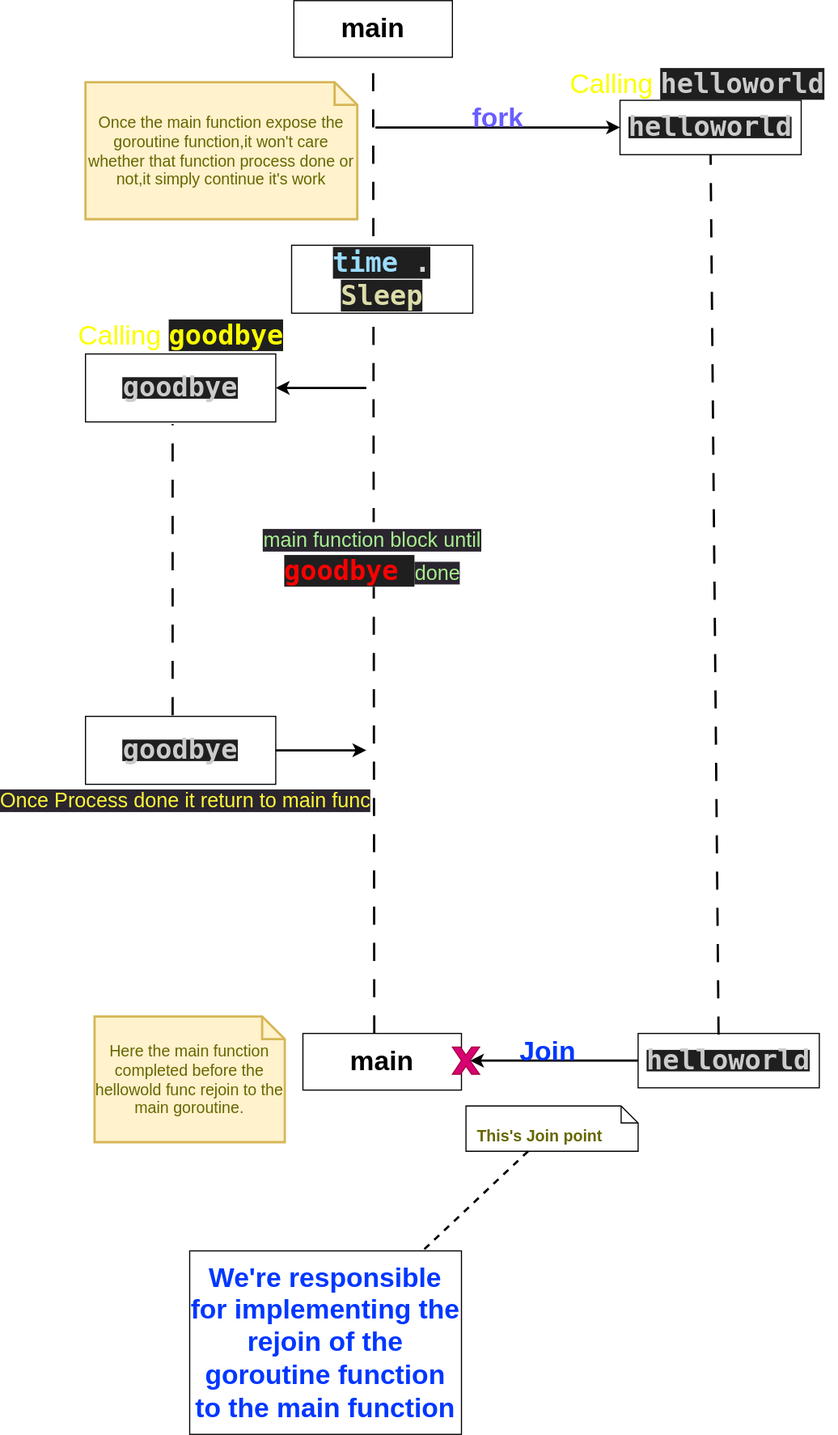
Earlier version of the draw.io export concurrency/diagrams/sleep.drawio.svg (vigneshwaran09/Golang). Source tidied: cells renumbered, new cells last; positions are measured from the earlier drawing's top-left corner, leaving out a move shared by most shapes. Source of this version:
```xml
<mxGraphModel>
  <root>
    <mxCell id="0" />
    <mxCell id="1" parent="0" />
    <mxCell id="2" value="&lt;font style=&quot;font-size: 24px;&quot;&gt;&lt;b&gt;main&lt;/b&gt;&lt;/font&gt;" style="rounded=0;whiteSpace=wrap;html=1;" parent="1" vertex="1">
      <mxGeometry x="200" width="140" height="50" as="geometry" />
    </mxCell>
    <mxCell id="3" value="&lt;font style=&quot;font-size: 24px;&quot;&gt;&lt;b&gt;main&lt;/b&gt;&lt;/font&gt;" style="rounded=0;whiteSpace=wrap;html=1;" parent="1" vertex="1">
      <mxGeometry x="208" y="912" width="140" height="50" as="geometry" />
    </mxCell>
    <mxCell id="4" style="endArrow=none;dashed=1;html=1;fontSize=24;entryX=0.5;entryY=1;entryDx=0;entryDy=0;exitX=0.45;exitY=0;exitDx=0;exitDy=0;exitPerimeter=0;dashPattern=8 8;strokeWidth=2;" parent="1" edge="1" source="3" target="2">
      <mxGeometry relative="1" as="geometry" />
    </mxCell>
    <mxCell id="5" value="&lt;span style=&quot;font-size: 18px; color: rgb(168, 240, 142); background-color: rgb(42, 37, 47);&quot;&gt;main function block until&lt;/span&gt;&lt;br style=&quot;font-size: 18px; color: rgb(168, 240, 142); background-color: rgb(42, 37, 47);&quot;&gt;&lt;b style=&quot;font-family: &amp;quot;Droid Sans Mono&amp;quot;, &amp;quot;monospace&amp;quot;, monospace; background-color: rgb(31, 31, 31);&quot;&gt;&lt;font color=&quot;#ff0000&quot;&gt;goodbye&lt;/font&gt;&lt;/b&gt;&lt;span style=&quot;font-size: 18px; color: rgb(168, 240, 142); background-color: rgb(42, 37, 47);&quot;&gt;&amp;nbsp;done&amp;nbsp;&lt;/span&gt;" style="edgeLabel;html=1;align=center;verticalAlign=middle;fontSize=24;" parent="4" vertex="1">
      <mxGeometry x="-0.25" y="2" relative="1" as="geometry">
        <mxPoint y="-99" as="offset" />
      </mxGeometry>
    </mxCell>
    <mxCell id="6" value="&lt;span style=&quot;color: rgb(255, 248, 59); font-size: 18px; background-color: rgb(42, 37, 47);&quot;&gt;Once Process done it return to main func&lt;/span&gt;" style="edgeLabel;html=1;align=center;verticalAlign=middle;fontSize=24;fontColor=#FF0000;" parent="4" vertex="1">
      <mxGeometry x="-0.42" relative="1" as="geometry">
        <mxPoint x="-167" y="42" as="offset" />
      </mxGeometry>
    </mxCell>
    <mxCell id="7" value="&lt;div style=&quot;color: rgb(204, 204, 204); background-color: rgb(31, 31, 31); font-family: &amp;quot;Droid Sans Mono&amp;quot;, &amp;quot;monospace&amp;quot;, monospace; line-height: 19px;&quot;&gt;&lt;br&gt;&lt;/div&gt;" style="edgeLabel;html=1;align=center;verticalAlign=middle;" parent="4" vertex="1">
      <mxGeometry x="0.58" y="2" relative="1" as="geometry" />
    </mxCell>
    <mxCell id="8" value="&lt;div style=&quot;color: rgb(204, 204, 204); background-color: rgb(31, 31, 31); font-family: &amp;quot;Droid Sans Mono&amp;quot;, &amp;quot;monospace&amp;quot;, monospace; line-height: 19px;&quot;&gt;&lt;font style=&quot;font-size: 24px;&quot;&gt;&lt;b&gt;helloworld&lt;/b&gt;&lt;/font&gt;&lt;/div&gt;" style="rounded=0;whiteSpace=wrap;html=1;fontSize=24;" parent="1" vertex="1">
      <mxGeometry x="488" y="88" width="160" height="48" as="geometry" />
    </mxCell>
    <mxCell id="9" value="&lt;div style=&quot;color: rgb(204, 204, 204); background-color: rgb(31, 31, 31); font-family: &amp;quot;Droid Sans Mono&amp;quot;, &amp;quot;monospace&amp;quot;, monospace; line-height: 19px;&quot;&gt;&lt;font style=&quot;font-size: 24px;&quot;&gt;&lt;b&gt;helloworld&lt;/b&gt;&lt;/font&gt;&lt;/div&gt;" style="rounded=0;whiteSpace=wrap;html=1;fontSize=24;" parent="1" vertex="1">
      <mxGeometry x="504" y="912" width="160" height="48" as="geometry" />
    </mxCell>
    <mxCell id="10" value="&lt;div style=&quot;color: rgb(204, 204, 204); background-color: rgb(31, 31, 31); font-family: &amp;quot;Droid Sans Mono&amp;quot;, &amp;quot;monospace&amp;quot;, monospace; line-height: 19px;&quot;&gt;&lt;font style=&quot;font-size: 24px;&quot;&gt;&lt;b&gt;goodbye&lt;/b&gt;&lt;/font&gt;&lt;/div&gt;" style="rounded=0;whiteSpace=wrap;html=1;fontSize=24;" parent="1" vertex="1">
      <mxGeometry x="16" y="312" width="168" height="60" as="geometry" />
    </mxCell>
    <mxCell id="11" value="&lt;div style=&quot;color: rgb(204, 204, 204); background-color: rgb(31, 31, 31); font-family: &amp;quot;Droid Sans Mono&amp;quot;, &amp;quot;monospace&amp;quot;, monospace; line-height: 19px;&quot;&gt;&lt;font style=&quot;font-size: 24px;&quot;&gt;&lt;b&gt;goodbye&lt;/b&gt;&lt;/font&gt;&lt;/div&gt;" style="rounded=0;whiteSpace=wrap;html=1;fontSize=24;" parent="1" vertex="1">
      <mxGeometry x="16" y="632" width="168" height="60" as="geometry" />
    </mxCell>
    <mxCell id="12" style="endArrow=none;dashed=1;html=1;dashPattern=8 8;strokeWidth=2;fontSize=24;entryX=0.458;entryY=1.033;entryDx=0;entryDy=0;entryPerimeter=0;exitX=0.458;exitY=-0.017;exitDx=0;exitDy=0;exitPerimeter=0;" parent="1" edge="1" source="11" target="10">
      <mxGeometry relative="1" as="geometry" />
    </mxCell>
    <mxCell id="13" style="endArrow=none;dashed=1;html=1;dashPattern=8 8;strokeWidth=2;fontSize=24;entryX=0.5;entryY=1;entryDx=0;entryDy=0;exitX=0.444;exitY=0.021;exitDx=0;exitDy=0;exitPerimeter=0;" parent="1" edge="1" source="9" target="8">
      <mxGeometry relative="1" as="geometry" />
    </mxCell>
    <mxCell id="14" style="endArrow=classic;html=1;strokeWidth=2;fontSize=24;entryX=0;entryY=0.5;entryDx=0;entryDy=0;" parent="1" edge="1" target="8">
      <mxGeometry relative="1" as="geometry">
        <mxPoint x="272" y="112" as="sourcePoint" />
      </mxGeometry>
    </mxCell>
    <mxCell id="15" value="&lt;font color=&quot;#695eff&quot;&gt;&lt;b&gt;fork&lt;/b&gt;&lt;/font&gt;" style="text;html=1;align=center;verticalAlign=middle;strokeColor=none;fillColor=none;fontSize=24;" parent="1" vertex="1">
      <mxGeometry x="348" y="80" width="64" height="48" as="geometry" />
    </mxCell>
    <mxCell id="16" style="endArrow=classic;html=1;strokeWidth=2;fontSize=24;entryX=1;entryY=0.5;entryDx=0;entryDy=0;" parent="1" edge="1" target="10">
      <mxGeometry relative="1" as="geometry">
        <mxPoint x="264" y="342" as="sourcePoint" />
      </mxGeometry>
    </mxCell>
    <mxCell id="17" style="endArrow=classic;html=1;strokeWidth=2;fontSize=24;exitX=1;exitY=0.5;exitDx=0;exitDy=0;" parent="1" edge="1" source="11">
      <mxGeometry relative="1" as="geometry">
        <mxPoint x="264" y="662" as="targetPoint" />
      </mxGeometry>
    </mxCell>
    <mxCell id="18" value="&lt;font color=&quot;#fbff00&quot;&gt;Calling&amp;nbsp;&lt;b style=&quot;font-family: &amp;quot;Droid Sans Mono&amp;quot;, &amp;quot;monospace&amp;quot;, monospace; background-color: rgb(31, 31, 31);&quot;&gt;goodbye&lt;/b&gt;&lt;/font&gt;" style="text;html=1;align=center;verticalAlign=middle;strokeColor=none;fillColor=none;fontSize=24;fontColor=#FF0000;" parent="1" vertex="1">
      <mxGeometry y="272" width="200" height="48" as="geometry" />
    </mxCell>
    <mxCell id="19" value="Calling&amp;nbsp;&lt;b style=&quot;color: rgb(204, 204, 204); font-family: &amp;quot;Droid Sans Mono&amp;quot;, &amp;quot;monospace&amp;quot;, monospace; background-color: rgb(31, 31, 31);&quot;&gt;helloworld&lt;/b&gt;" style="text;html=1;align=center;verticalAlign=middle;strokeColor=none;fillColor=none;fontSize=24;fontColor=#fbff00;" parent="1" vertex="1">
      <mxGeometry x="432" y="50" width="248" height="48" as="geometry" />
    </mxCell>
    <mxCell id="20" style="endArrow=classic;html=1;strokeWidth=2;fontSize=24;fontColor=#fbff00;exitX=0;exitY=0.5;exitDx=0;exitDy=0;entryX=0.65;entryY=0.5;entryDx=0;entryDy=0;entryPerimeter=0;" parent="1" edge="1" source="9" target="27">
      <mxGeometry relative="1" as="geometry" />
    </mxCell>
    <mxCell id="21" value="&lt;font color=&quot;#0037ff&quot;&gt;&lt;b&gt;Join&lt;/b&gt;&lt;/font&gt;" style="text;html=1;align=center;verticalAlign=middle;strokeColor=none;fillColor=none;fontSize=24;fontColor=#fbff00;" parent="1" vertex="1">
      <mxGeometry x="388" y="904" width="72" height="48" as="geometry" />
    </mxCell>
    <mxCell id="22" value="&lt;p style=&quot;margin:0px;margin-top:10px;margin-left:10px;text-align:left;&quot;&gt;&lt;span style=&quot;color: rgb(102, 102, 0); font-size: 14px; text-align: center;&quot;&gt;&lt;b&gt;This's Join point&lt;/b&gt;&lt;/span&gt;&lt;br&gt;&lt;/p&gt;" style="shape=note;size=15;spacingLeft=5;html=1;overflow=fill;whiteSpace=wrap;fontSize=24;fontColor=#0037ff;" parent="1" vertex="1">
      <mxGeometry x="352" y="976" width="152" height="40" as="geometry" />
    </mxCell>
    <mxCell id="23" value="We're responsible for implementing the rejoin of the goroutine function to the main function" style="shape=rect;fontStyle=1;html=1;whiteSpace=wrap;align=center;fontSize=24;fontColor=#0037ff;" parent="1" vertex="1">
      <mxGeometry x="108" y="1104" width="240" height="162" as="geometry" />
    </mxCell>
    <mxCell id="24" style="rounded=0;endArrow=none;dashed=1;html=1;strokeWidth=2;fontSize=24;fontColor=#0037ff;" parent="1" edge="1" source="22" target="23">
      <mxGeometry relative="1" as="geometry" />
    </mxCell>
    <mxCell id="25" value="Once the main function expose the goroutine function,it won't care whether that function process done or not,it simply continue it's work" style="shape=note;strokeWidth=2;fontSize=14;size=20;whiteSpace=wrap;html=1;fillColor=#fff2cc;strokeColor=#d6b656;fontColor=#666600;" parent="1" vertex="1">
      <mxGeometry x="16" y="72" width="240" height="121" as="geometry" />
    </mxCell>
    <mxCell id="26" value="Here the main function completed before the hellowold func rejoin to the main goroutine." style="shape=note;strokeWidth=2;fontSize=14;size=20;whiteSpace=wrap;html=1;fillColor=#fff2cc;strokeColor=#d6b656;fontColor=#666600;" parent="1" vertex="1">
      <mxGeometry x="24" y="897" width="168" height="111" as="geometry" />
    </mxCell>
    <mxCell id="27" style="verticalLabelPosition=bottom;verticalAlign=top;html=1;shape=mxgraph.basic.x;fontSize=9;fontColor=#ffffff;fillColor=#d80073;strokeColor=#A50040;" parent="1" vertex="1">
      <mxGeometry x="340" y="924" width="24" height="24" as="geometry" />
    </mxCell>
    <mxCell id="28" value="&lt;b style=&quot;color: rgb(204, 204, 204); font-family: &amp;quot;Droid Sans Mono&amp;quot;, &amp;quot;monospace&amp;quot;, monospace; background-color: rgb(31, 31, 31);&quot;&gt;&lt;span style=&quot;color: rgb(156, 220, 254);&quot;&gt;time&lt;/span&gt;&lt;span style=&quot;color: rgb(212, 212, 212);&quot;&gt;.&lt;/span&gt;&lt;span style=&quot;color: rgb(220, 220, 170);&quot;&gt;Sleep&lt;/span&gt;&lt;/b&gt;" style="rounded=0;whiteSpace=wrap;html=1;fontSize=24;" parent="1" vertex="1">
      <mxGeometry x="198" y="216" width="160" height="60" as="geometry" />
    </mxCell>
  </root>
</mxGraphModel>
```
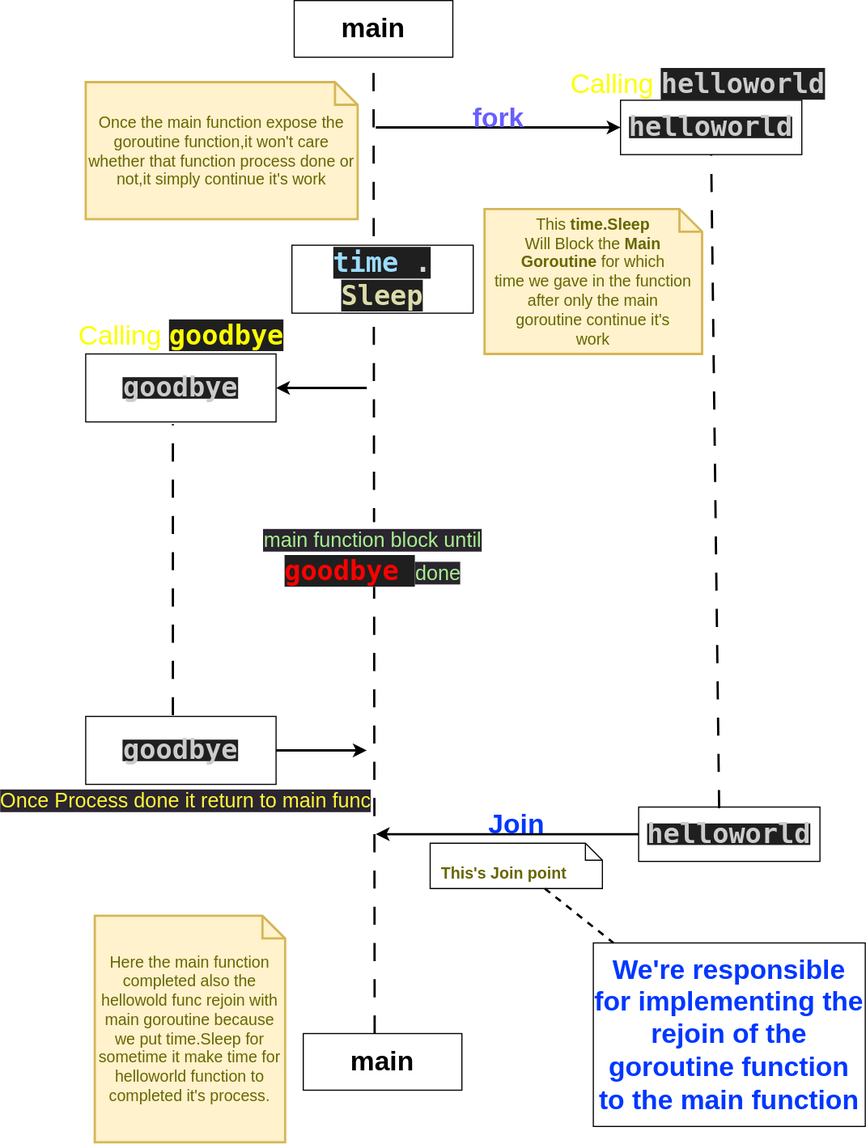
Later version of the same file.

Commit message:
New Section for Book and Added concurrency new diagrams

Diff of the diagram source:
```diff
@@ -28,7 +28,7 @@
       <mxGeometry x="488" y="88" width="160" height="48" as="geometry" />
     </mxCell>
     <mxCell id="9" value="&lt;div style=&quot;color: rgb(204, 204, 204); background-color: rgb(31, 31, 31); font-family: &amp;quot;Droid Sans Mono&amp;quot;, &amp;quot;monospace&amp;quot;, monospace; line-height: 19px;&quot;&gt;&lt;font style=&quot;font-size: 24px;&quot;&gt;&lt;b&gt;helloworld&lt;/b&gt;&lt;/font&gt;&lt;/div&gt;" style="rounded=0;whiteSpace=wrap;html=1;fontSize=24;" parent="1" vertex="1">
-      <mxGeometry x="504" y="912" width="160" height="48" as="geometry" />
+      <mxGeometry x="504" y="712" width="160" height="48" as="geometry" />
     </mxCell>
     <mxCell id="10" value="&lt;div style=&quot;color: rgb(204, 204, 204); background-color: rgb(31, 31, 31); font-family: &amp;quot;Droid Sans Mono&amp;quot;, &amp;quot;monospace&amp;quot;, monospace; line-height: 19px;&quot;&gt;&lt;font style=&quot;font-size: 24px;&quot;&gt;&lt;b&gt;goodbye&lt;/b&gt;&lt;/font&gt;&lt;/div&gt;" style="rounded=0;whiteSpace=wrap;html=1;fontSize=24;" parent="1" vertex="1">
       <mxGeometry x="16" y="312" width="168" height="60" as="geometry" />
@@ -66,17 +66,19 @@
     <mxCell id="19" value="Calling&amp;nbsp;&lt;b style=&quot;color: rgb(204, 204, 204); font-family: &amp;quot;Droid Sans Mono&amp;quot;, &amp;quot;monospace&amp;quot;, monospace; background-color: rgb(31, 31, 31);&quot;&gt;helloworld&lt;/b&gt;" style="text;html=1;align=center;verticalAlign=middle;strokeColor=none;fillColor=none;fontSize=24;fontColor=#fbff00;" parent="1" vertex="1">
       <mxGeometry x="432" y="50" width="248" height="48" as="geometry" />
     </mxCell>
-    <mxCell id="20" style="endArrow=classic;html=1;strokeWidth=2;fontSize=24;fontColor=#fbff00;exitX=0;exitY=0.5;exitDx=0;exitDy=0;entryX=0.65;entryY=0.5;entryDx=0;entryDy=0;entryPerimeter=0;" parent="1" edge="1" source="9" target="27">
-      <mxGeometry relative="1" as="geometry" />
+    <mxCell id="20" style="endArrow=classic;html=1;strokeWidth=2;fontSize=24;fontColor=#fbff00;exitX=0;exitY=0.5;exitDx=0;exitDy=0;" parent="1" edge="1" source="9">
+      <mxGeometry relative="1" as="geometry">
+        <mxPoint x="272" y="736" as="targetPoint" />
+      </mxGeometry>
     </mxCell>
     <mxCell id="21" value="&lt;font color=&quot;#0037ff&quot;&gt;&lt;b&gt;Join&lt;/b&gt;&lt;/font&gt;" style="text;html=1;align=center;verticalAlign=middle;strokeColor=none;fillColor=none;fontSize=24;fontColor=#fbff00;" parent="1" vertex="1">
-      <mxGeometry x="388" y="904" width="72" height="48" as="geometry" />
+      <mxGeometry x="360" y="704" width="72" height="48" as="geometry" />
     </mxCell>
     <mxCell id="22" value="&lt;p style=&quot;margin:0px;margin-top:10px;margin-left:10px;text-align:left;&quot;&gt;&lt;span style=&quot;color: rgb(102, 102, 0); font-size: 14px; text-align: center;&quot;&gt;&lt;b&gt;This's Join point&lt;/b&gt;&lt;/span&gt;&lt;br&gt;&lt;/p&gt;" style="shape=note;size=15;spacingLeft=5;html=1;overflow=fill;whiteSpace=wrap;fontSize=24;fontColor=#0037ff;" parent="1" vertex="1">
-      <mxGeometry x="352" y="976" width="152" height="40" as="geometry" />
+      <mxGeometry x="320" y="744" width="152" height="40" as="geometry" />
     </mxCell>
     <mxCell id="23" value="We're responsible for implementing the rejoin of the goroutine function to the main function" style="shape=rect;fontStyle=1;html=1;whiteSpace=wrap;align=center;fontSize=24;fontColor=#0037ff;" parent="1" vertex="1">
-      <mxGeometry x="108" y="1104" width="240" height="162" as="geometry" />
+      <mxGeometry x="464" y="832" width="240" height="162" as="geometry" />
     </mxCell>
     <mxCell id="24" style="rounded=0;endArrow=none;dashed=1;html=1;strokeWidth=2;fontSize=24;fontColor=#0037ff;" parent="1" edge="1" source="22" target="23">
       <mxGeometry relative="1" as="geometry" />
@@ -84,14 +86,14 @@
     <mxCell id="25" value="Once the main function expose the goroutine function,it won't care whether that function process done or not,it simply continue it's work" style="shape=note;strokeWidth=2;fontSize=14;size=20;whiteSpace=wrap;html=1;fillColor=#fff2cc;strokeColor=#d6b656;fontColor=#666600;" parent="1" vertex="1">
       <mxGeometry x="16" y="72" width="240" height="121" as="geometry" />
     </mxCell>
-    <mxCell id="26" value="Here the main function completed before the hellowold func rejoin to the main goroutine." style="shape=note;strokeWidth=2;fontSize=14;size=20;whiteSpace=wrap;html=1;fillColor=#fff2cc;strokeColor=#d6b656;fontColor=#666600;" parent="1" vertex="1">
-      <mxGeometry x="24" y="897" width="168" height="111" as="geometry" />
+    <mxCell id="26" value="Here the main function completed also the hellowold func rejoin with main goroutine because we put time.Sleep for sometime it make time for helloworld function to completed it's process." style="shape=note;strokeWidth=2;fontSize=14;size=20;whiteSpace=wrap;html=1;fillColor=#fff2cc;strokeColor=#d6b656;fontColor=#666600;" parent="1" vertex="1">
+      <mxGeometry x="24" y="808" width="168" height="200" as="geometry" />
     </mxCell>
-    <mxCell id="27" style="verticalLabelPosition=bottom;verticalAlign=top;html=1;shape=mxgraph.basic.x;fontSize=9;fontColor=#ffffff;fillColor=#d80073;strokeColor=#A50040;" parent="1" vertex="1">
-      <mxGeometry x="340" y="924" width="24" height="24" as="geometry" />
-    </mxCell>
     <mxCell id="28" value="&lt;b style=&quot;color: rgb(204, 204, 204); font-family: &amp;quot;Droid Sans Mono&amp;quot;, &amp;quot;monospace&amp;quot;, monospace; background-color: rgb(31, 31, 31);&quot;&gt;&lt;span style=&quot;color: rgb(156, 220, 254);&quot;&gt;time&lt;/span&gt;&lt;span style=&quot;color: rgb(212, 212, 212);&quot;&gt;.&lt;/span&gt;&lt;span style=&quot;color: rgb(220, 220, 170);&quot;&gt;Sleep&lt;/span&gt;&lt;/b&gt;" style="rounded=0;whiteSpace=wrap;html=1;fontSize=24;" parent="1" vertex="1">
       <mxGeometry x="198" y="216" width="160" height="60" as="geometry" />
     </mxCell>
+    <mxCell id="29" value="This &lt;b&gt;time.Sleep&lt;/b&gt;&lt;br&gt;Will Block the &lt;b&gt;Main Goroutine&lt;/b&gt; for which&amp;nbsp;&lt;br&gt;time we gave in the function&lt;br&gt;after only the main&lt;br&gt;goroutine continue it's&lt;br&gt;work" style="shape=note;strokeWidth=2;fontSize=14;size=20;whiteSpace=wrap;html=1;fillColor=#fff2cc;strokeColor=#d6b656;fontColor=#666600;" parent="1" vertex="1">
+      <mxGeometry x="368" y="184" width="192" height="128" as="geometry" />
+    </mxCell>
   </root>
 </mxGraphModel>
```
